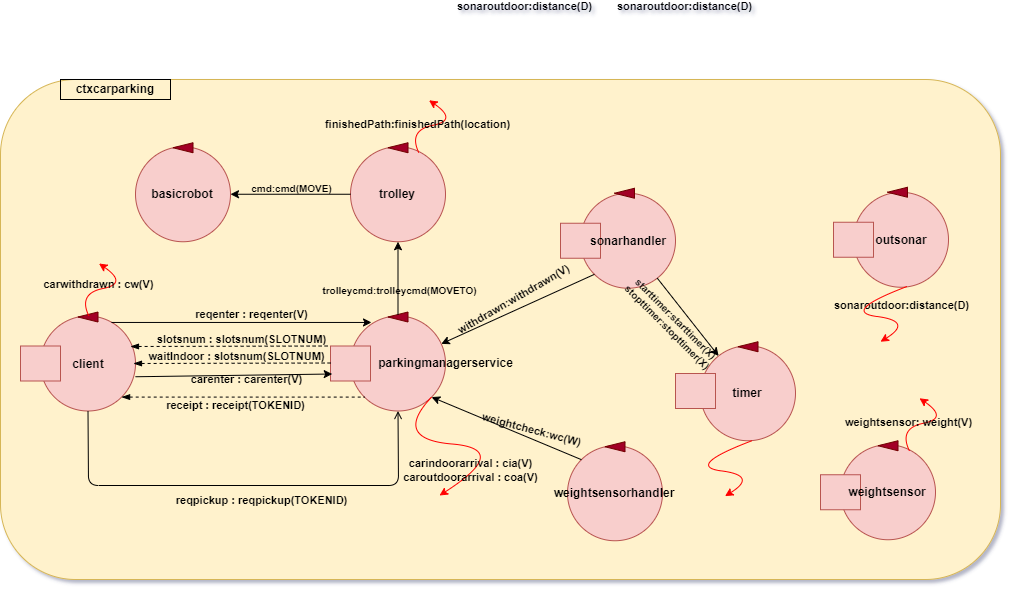
Above: Iss-Project-Sprint1/Sprint1/userDocs/Sprint1/img/logicalArchitecture.png in dbattaglia97/Iss_Project_2021 (draw.io), before the change. Source tidied: cells renumbered, new cells last; positions are measured from the earlier drawing's top-left corner, leaving out a move shared by most shapes.
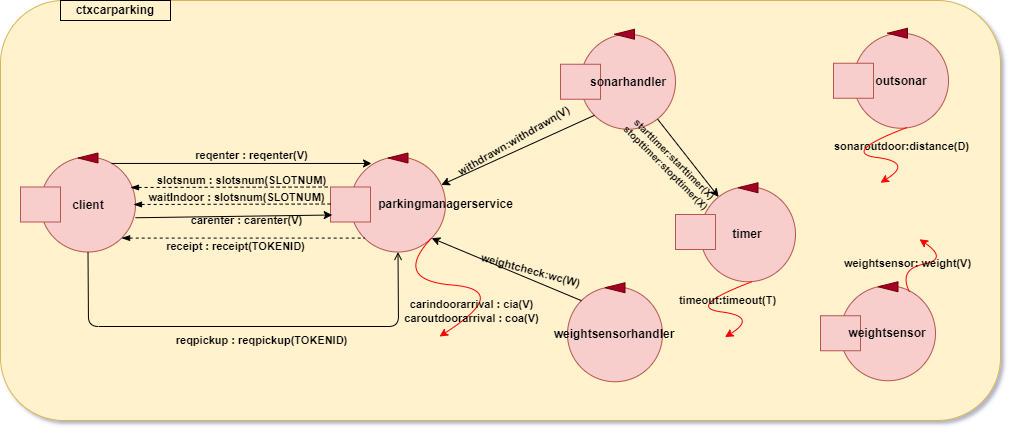
After the change.

Change to the diagram source:
```diff
@@ -3,10 +3,10 @@
     <mxCell id="0" />
     <mxCell id="1" parent="0" />
     <mxCell id="2" style="rounded=1;whiteSpace=wrap;html=1;fillColor=#fff2cc;strokeColor=#d6b656;" parent="1" vertex="1">
-      <mxGeometry width="1000" height="500" as="geometry" />
+      <mxGeometry y="80" width="1000" height="420" as="geometry" />
     </mxCell>
     <mxCell id="3" value="&lt;b&gt;ctxcarparking&lt;/b&gt;" style="text;html=1;align=center;verticalAlign=middle;whiteSpace=wrap;rounded=0;strokeColor=#000000;" parent="1" vertex="1">
-      <mxGeometry x="60" width="110" height="20" as="geometry" />
+      <mxGeometry x="60" y="80" width="110" height="20" as="geometry" />
     </mxCell>
     <mxCell id="4" style="ellipse;whiteSpace=wrap;html=1;fillColor=#f8cecc;strokeColor=#b85450;" parent="1" vertex="1">
       <mxGeometry x="350" y="236.5" width="95" height="95" as="geometry" />
@@ -95,21 +95,6 @@
         <mxPoint x="-72" y="15" as="offset" />
       </mxGeometry>
     </mxCell>
-    <mxCell id="26" style="curved=1;endArrow=classic;html=1;fontColor=#000000;strokeColor=#FF0000;exitX=0.75;exitY=0;exitDx=0;exitDy=0;" parent="1" edge="1">
-      <mxGeometry relative="1" as="geometry">
-        <mxPoint x="88.4" y="236.5" as="sourcePoint" />
-        <mxPoint x="98.5" y="184" as="targetPoint" />
-        <Array as="points">
-          <mxPoint x="77.5" y="214" />
-          <mxPoint x="127.5" y="204" />
-        </Array>
-      </mxGeometry>
-    </mxCell>
-    <mxCell id="27" value="&lt;b&gt;carwithdrawn : cw(V)&lt;/b&gt;" style="edgeLabel;html=1;align=center;verticalAlign=middle;fontColor=#000000;labelBackgroundColor=none;" parent="26" vertex="1">
-      <mxGeometry x="-0.17" y="2" relative="1" as="geometry">
-        <mxPoint y="-3" as="offset" />
-      </mxGeometry>
-    </mxCell>
     <mxCell id="28" style="endArrow=classic;html=1;strokeColor=#000000;exitX=0.982;exitY=0.621;exitDx=0;exitDy=0;entryX=0;entryY=0.75;entryDx=0;entryDy=0;exitPerimeter=0;" parent="1" edge="1">
       <mxGeometry relative="1" as="geometry">
         <mxPoint x="135" y="297.2" as="sourcePoint" />
@@ -243,62 +228,8 @@
         </Array>
       </mxGeometry>
     </mxCell>
-    <mxCell id="58" style="ellipse;whiteSpace=wrap;html=1;fillColor=#f8cecc;strokeColor=#b85450;" parent="1" vertex="1">
-      <mxGeometry x="350" y="67.2" width="95" height="95" as="geometry" />
-    </mxCell>
-    <mxCell id="59" style="triangle;whiteSpace=wrap;html=1;rotation=-180;fillColor=#a20025;strokeColor=#6F0000;fontColor=#ffffff;" parent="1" vertex="1">
-      <mxGeometry x="387.5" y="63.2" width="20" height="10" as="geometry" />
-    </mxCell>
-    <mxCell id="60" value="&lt;font color=&quot;#000000&quot;&gt;&lt;b&gt;trolley&lt;br&gt;&lt;/b&gt;&lt;/font&gt;" style="text;html=1;strokeColor=none;fillColor=none;align=center;verticalAlign=middle;whiteSpace=wrap;rounded=0;" parent="1" vertex="1">
-      <mxGeometry x="377" y="105.2" width="40" height="20" as="geometry" />
-    </mxCell>
-    <mxCell id="61" value="&lt;b&gt;sonaroutdoor:distance(D)&lt;/b&gt;" style="edgeLabel;html=1;align=center;verticalAlign=middle;fontColor=#000000;labelBackgroundColor=none;" parent="1" vertex="1">
-      <mxGeometry x="458" y="113.7" as="geometry">
-        <mxPoint x="226" y="-187" as="offset" />
-      </mxGeometry>
-    </mxCell>
-    <mxCell id="62" style="ellipse;whiteSpace=wrap;html=1;fillColor=#f8cecc;strokeColor=#b85450;" parent="1" vertex="1">
-      <mxGeometry x="135" y="67.2" width="95" height="95" as="geometry" />
-    </mxCell>
-    <mxCell id="63" style="triangle;whiteSpace=wrap;html=1;rotation=-180;fillColor=#a20025;strokeColor=#6F0000;fontColor=#ffffff;" parent="1" vertex="1">
-      <mxGeometry x="172.5" y="63.2" width="20" height="10" as="geometry" />
-    </mxCell>
-    <mxCell id="64" value="&lt;font color=&quot;#000000&quot;&gt;&lt;b&gt;basicrobot&lt;br&gt;&lt;/b&gt;&lt;/font&gt;" style="text;html=1;strokeColor=none;fillColor=none;align=center;verticalAlign=middle;whiteSpace=wrap;rounded=0;" parent="1" vertex="1">
-      <mxGeometry x="162" y="105.2" width="40" height="20" as="geometry" />
-    </mxCell>
-    <mxCell id="65" value="&lt;b&gt;sonaroutdoor:distance(D)&lt;/b&gt;" style="edgeLabel;html=1;align=center;verticalAlign=middle;fontColor=#000000;labelBackgroundColor=none;" parent="1" vertex="1">
-      <mxGeometry x="298" y="113.7" as="geometry">
-        <mxPoint x="226" y="-187" as="offset" />
-      </mxGeometry>
-    </mxCell>
-    <mxCell id="66" style="endArrow=classic;html=1;rounded=0;fontSize=10;entryX=0.5;entryY=1;entryDx=0;entryDy=0;exitX=0.5;exitY=1;exitDx=0;exitDy=0;" parent="1" edge="1" source="6" target="58">
-      <mxGeometry relative="1" as="geometry" />
-    </mxCell>
-    <mxCell id="67" value="&lt;b&gt;trolleycmd:trolleycmd(MOVETO)&lt;/b&gt;" style="edgeLabel;html=1;align=center;verticalAlign=middle;fontSize=10;labelBackgroundColor=none;" parent="66" vertex="1">
-      <mxGeometry x="-0.31" y="-1" relative="1" as="geometry" />
-    </mxCell>
-    <mxCell id="68" style="endArrow=classic;html=1;rounded=0;fontSize=10;exitX=0;exitY=0.5;exitDx=0;exitDy=0;entryX=1;entryY=0.5;entryDx=0;entryDy=0;" parent="1" edge="1" source="58" target="62">
-      <mxGeometry relative="1" as="geometry" />
-    </mxCell>
-    <mxCell id="69" value="&lt;b&gt;cmd:cmd(MOVE)&lt;/b&gt;" style="edgeLabel;html=1;align=center;verticalAlign=middle;fontSize=10;labelBackgroundColor=none;" parent="68" vertex="1">
-      <mxGeometry x="-0.3" y="1" relative="1" as="geometry">
-        <mxPoint x="-18" y="-7" as="offset" />
-      </mxGeometry>
-    </mxCell>
-    <mxCell id="70" style="curved=1;endArrow=classic;html=1;fontColor=#000000;strokeColor=#FF0000;exitX=0.75;exitY=0;exitDx=0;exitDy=0;" parent="1" edge="1">
-      <mxGeometry relative="1" as="geometry">
-        <mxPoint x="418.4" y="73.2" as="sourcePoint" />
-        <mxPoint x="428.5" y="20.8" as="targetPoint" />
-        <Array as="points">
-          <mxPoint x="407.5" y="50.8" />
-          <mxPoint x="457.5" y="40.8" />
-        </Array>
-      </mxGeometry>
-    </mxCell>
-    <mxCell id="71" value="&lt;b&gt;finishedPath:finishedPath(location)&lt;br&gt;&lt;/b&gt;" style="edgeLabel;html=1;align=center;verticalAlign=middle;fontColor=#000000;labelBackgroundColor=none;" parent="70" vertex="1">
-      <mxGeometry x="-0.17" y="2" relative="1" as="geometry">
-        <mxPoint x="-11" as="offset" />
-      </mxGeometry>
-    </mxCell>
+    <mxCell id="72" value="&lt;b&gt;timeout:timeout(T)&lt;/b&gt;" style="edgeLabel;html=1;align=center;verticalAlign=middle;fontColor=#000000;labelBackgroundColor=none;" parent="1" vertex="1">
+      <mxGeometry x="727" y="380" as="geometry" />
+    </mxCell>
   </root>
 </mxGraphModel>
```
